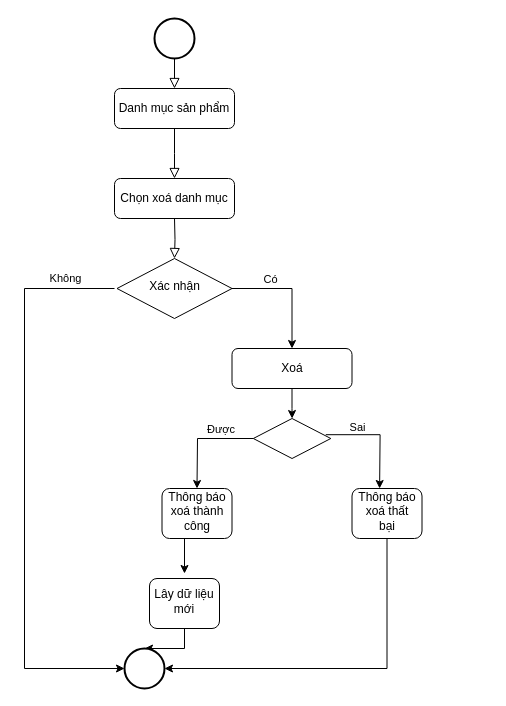
Before: Admin/QuanLyDanhMucSanPham/xoadanhmucFl.drawio in duongquocvu0411/CDSG-CNPM, a draw.io diagram. Source tidied: cells renumbered, new cells numbered last; positions are measured from the earlier drawing's top-left corner, leaving out a move shared by most shapes. Both pictures are drawn from the tidied source at 100%, with x=0, y=0 at pixel (24, 18).
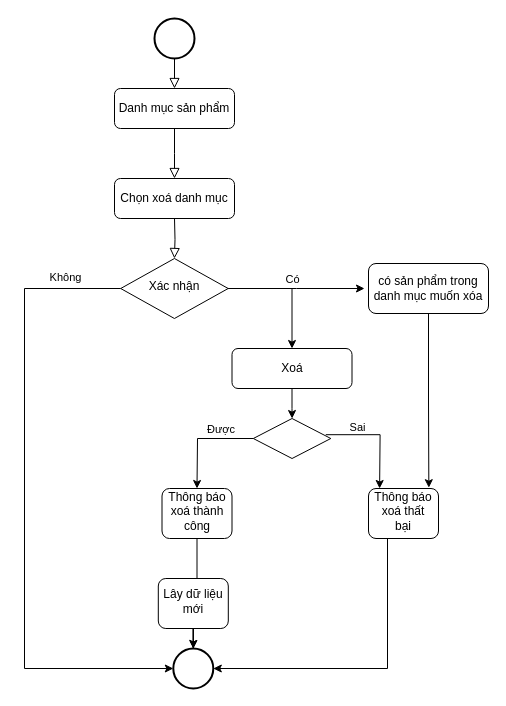
Above is the later version.

The change refers to these unchanged cells:
```xml
<mxCell id="6" style="edgeStyle=orthogonalEdgeStyle;rounded=0;jettySize=auto;html=1;entryX=0.5;entryY=0;entryDx=0;entryDy=0;" parent="1" edge="1" source="8" target="12">
  <mxGeometry relative="1" as="geometry">
    <Array as="points">
      <mxPoint x="268" y="270" />
    </Array>
  </mxGeometry>
</mxCell>
<mxCell id="17" value="Thông báo xoá thành công" style="rounded=1;whiteSpace=wrap;html=1;shadow=0;strokeWidth=1;spacing=6;spacingTop=-4;" parent="1" vertex="1">
  <mxGeometry x="137.5" y="470" width="70" height="50" as="geometry" />
</mxCell>
```

Change to the diagram source:
```diff
@@
     <mxCell id="7" value="Có" style="edgeLabel;html=1;align=center;verticalAlign=middle;" parent="6" vertex="1">
       <mxGeometry x="-0.37" y="-1" relative="1" as="geometry">
-        <mxPoint y="-11" as="offset" />
+        <mxPoint x="25" y="-11" as="offset" />
       </mxGeometry>
     </mxCell>
+    <mxCell id="27" style="edgeStyle=orthogonalEdgeStyle;rounded=0;jettySize=auto;html=1;" parent="1" edge="1" source="8">
+      <mxGeometry relative="1" as="geometry">
+        <mxPoint x="340" y="270" as="targetPoint" />
+      </mxGeometry>
+    </mxCell>
     <mxCell id="8" value="Xác nhận" style="rhombus;whiteSpace=wrap;html=1;shadow=0;fontFamily=Helvetica;fontSize=12;align=center;strokeWidth=1;spacing=6;spacingTop=-4;" parent="1" vertex="1">
-      <mxGeometry x="92.5" y="240" width="115" height="60" as="geometry" />
+      <mxGeometry x="96.2" y="240" width="107.5" height="60" as="geometry" />
     </mxCell>
-    <mxCell id="9" style="endArrow=classic;html=1;rounded=0;entryX=0;entryY=0.5;entryDx=0;entryDy=0;entryPerimeter=0;" parent="1" edge="1" target="23">
+    <mxCell id="9" style="endArrow=classic;html=1;rounded=0;entryX=0;entryY=0.5;entryDx=0;entryDy=0;entryPerimeter=0;exitX=0;exitY=0.5;exitDx=0;exitDy=0;" parent="1" edge="1" source="8" target="23">
       <mxGeometry relative="1" as="geometry">
-        <mxPoint x="90" y="270" as="sourcePoint" />
         <Array as="points">
           <mxPoint y="270" />
           <mxPoint y="650" />
         </Array>
       </mxGeometry>
     </mxCell>
     <mxCell id="10" value="Không" style="edgeLabel;html=1;align=center;verticalAlign=middle;" parent="9" vertex="1">
       <mxGeometry x="0.13" y="-1" relative="1" as="geometry">
-        <mxPoint x="41" y="-243" as="offset" />
+        <mxPoint x="41" y="-268" as="offset" />
       </mxGeometry>
     </mxCell>
@@
-    <mxCell id="16" style="edgeStyle=orthogonalEdgeStyle;rounded=0;orthogonalLoop=1;jettySize=auto;html=1;" parent="1" edge="1">
-      <mxGeometry relative="1" as="geometry">
-        <mxPoint x="172.5" y="520" as="sourcePoint" />
-        <mxPoint x="160" y="555" as="targetPoint" />
-      </mxGeometry>
-    </mxCell>
+    <mxCell id="28" style="edgeStyle=orthogonalEdgeStyle;rounded=0;jettySize=auto;html=1;" parent="1" edge="1" source="17" target="23">
+      <mxGeometry relative="1" as="geometry" />
+    </mxCell>
@@
     <mxCell id="19" value="Lây dữ liệu mới" style="rounded=1;whiteSpace=wrap;html=1;shadow=0;strokeWidth=1;spacing=6;spacingTop=-4;" parent="1" vertex="1">
-      <mxGeometry x="125" y="560" width="70" height="50" as="geometry" />
+      <mxGeometry x="133.8" y="560" width="70" height="50" as="geometry" />
     </mxCell>
@@
     <mxCell id="22" value="Thông báo xoá thất bại" style="rounded=1;whiteSpace=wrap;html=1;shadow=0;strokeWidth=1;spacing=6;spacingTop=-4;" parent="1" vertex="1">
-      <mxGeometry x="327.5" y="470" width="70" height="50" as="geometry" />
+      <mxGeometry x="344" y="470" width="70" height="50" as="geometry" />
     </mxCell>
     <mxCell id="23" style="strokeWidth=2;html=1;shape=mxgraph.flowchart.start_2;whiteSpace=wrap;" parent="1" vertex="1">
-      <mxGeometry x="100" y="630" width="40" height="40" as="geometry" />
+      <mxGeometry x="148.8" y="630" width="40" height="40" as="geometry" />
     </mxCell>
@@
+    <mxCell id="29" value="có sản phẩm trong danh mục muốn xóa" style="rounded=1;whiteSpace=wrap;html=1;" parent="1" vertex="1">
+      <mxGeometry x="344" y="245" width="120" height="50" as="geometry" />
+    </mxCell>
+    <mxCell id="30" style="edgeStyle=orthogonalEdgeStyle;rounded=0;jettySize=auto;html=1;entryX=0.862;entryY=-0.016;entryDx=0;entryDy=0;entryPerimeter=0;" parent="1" edge="1" source="29" target="22">
+      <mxGeometry relative="1" as="geometry" />
+    </mxCell>
```
